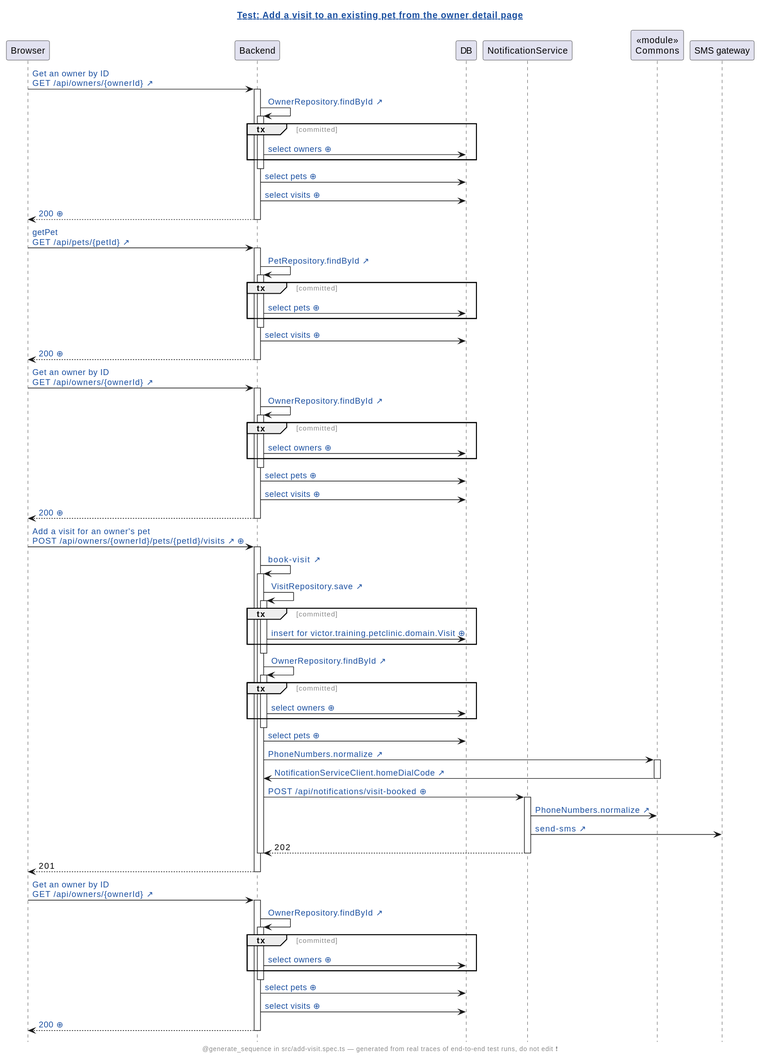
The PlantUML diagram demo/demo2/assets/diagrams/petclinic-test_generated_add-visit.spec.ts.add-a-visit-to-an-existing-pet-from-the-owner-detail-page.genseq.new.svg in victorrentea/human-review, before a commit.
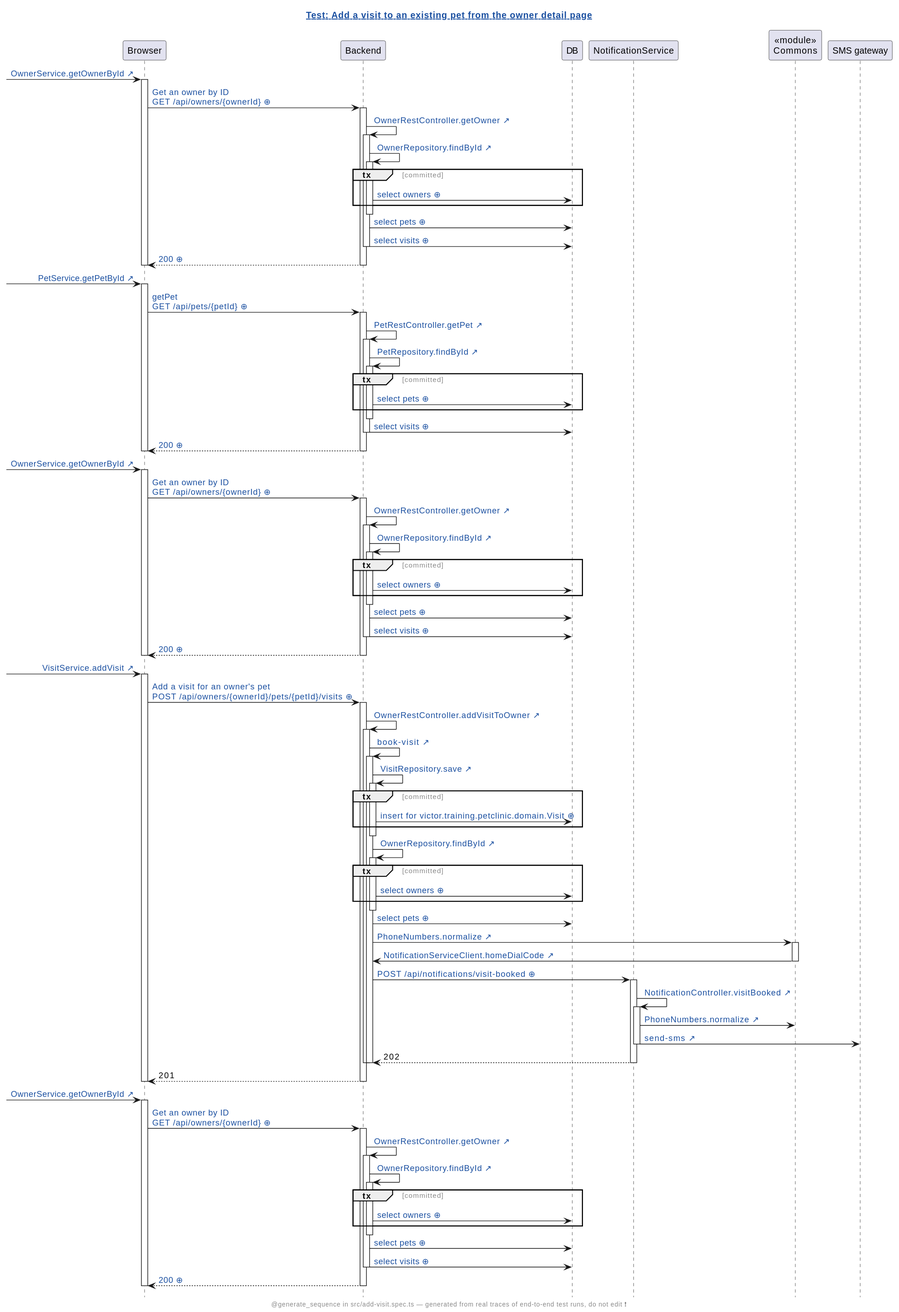
After the commit.

Change to the diagram source:
```diff
@@ -12,7 +12,11 @@
 participant NotificationService
 participant "«module»\nCommons" as Commons
 participant "SMS gateway"
-Browser -> Backend: [[src://petclinic-frontend/src/app/owners/owner-detail/owner-detail.component.ts:22{Click to open the line that sent this request: owner-detail.component.ts:22} Get an owner by ID\nGET /api/owners/{ownerId} ↗]]
+[-> Browser: [[src://petclinic-frontend/src/app/owners/owner-detail/owner-detail.component.ts:22{Click to open the line that sent this request: owner-detail.component.ts:22} OwnerService.getOwnerById ↗]]
+activate Browser
+Browser -> Backend: [[genseq://06lchgi{Click for the request as it was sent} Get an owner by ID\nGET /api/owners/{ownerId} ⊕]]
+activate Backend
+Backend -> Backend: [[src://petclinic-backend/src/main/java/victor/training/petclinic/rest/OwnerRestController.java:103{Click to open OwnerRestController.getOwner} OwnerRestController.getOwner ↗]]
 activate Backend
 Backend -> Backend: [[src://petclinic-backend/src/main/java/victor/training/petclinic/repository/OwnerRepository.java:14{Click to open OwnerRepository.findById} OwnerRepository.findById ↗]]
 activate Backend
@@ -22,9 +26,15 @@
 deactivate Backend
 Backend -> DB: [[genseq://18567ho{Click for the statement behind this call} select pets ⊕]]
 Backend -> DB: [[genseq://13apewa{Click for the statement behind this call} select visits ⊕]]
+deactivate Backend
 Backend --> Browser: [[genseq://0zavcxa{Click for this call’s JSON body} 200 ⊕]]
 deactivate Backend
-Browser -> Backend: [[src://petclinic-frontend/src/app/visits/visit-add/visit-add.component.ts:42{Click to open the line that sent this request: visit-add.component.ts:42} getPet\nGET /api/pets/{petId} ↗]]
+deactivate Browser
+[-> Browser: [[src://petclinic-frontend/src/app/visits/visit-add/visit-add.component.ts:42{Click to open the line that sent this request: visit-add.component.ts:42} PetService.getPetById ↗]]
+activate Browser
+Browser -> Backend: [[genseq://17x7zoe{Click for the request as it was sent} getPet\nGET /api/pets/{petId} ⊕]]
+activate Backend
+Backend -> Backend: [[src://petclinic-backend/src/main/java/victor/training/petclinic/rest/PetRestController.java:33{Click to open PetRestController.getPet} PetRestController.getPet ↗]]
 activate Backend
 Backend -> Backend: [[src://petclinic-backend/src/main/java/victor/training/petclinic/repository/PetRepository.java:16{Click to open PetRepository.findById} PetRepository.findById ↗]]
 activate Backend
@@ -33,9 +43,15 @@
 end
 deactivate Backend
 Backend -> DB: [[genseq://13apewa{Click for the statement behind this call} select visits ⊕]]
+deactivate Backend
 Backend --> Browser: [[genseq://01mmlgx{Click for this call’s JSON body} 200 ⊕]]
 deactivate Backend
-Browser -> Backend: [[src://petclinic-frontend/src/app/visits/visit-add/visit-add.component.ts:47{Click to open the line that sent this request: visit-add.component.ts:47} Get an owner by ID\nGET /api/owners/{ownerId} ↗]]
+deactivate Browser
+[-> Browser: [[src://petclinic-frontend/src/app/visits/visit-add/visit-add.component.ts:47{Click to open the line that sent this request: visit-add.component.ts:47} OwnerService.getOwnerById ↗]]
+activate Browser
+Browser -> Backend: [[genseq://06lchgi{Click for the request as it was sent} Get an owner by ID\nGET /api/owners/{ownerId} ⊕]]
+activate Backend
+Backend -> Backend: [[src://petclinic-backend/src/main/java/victor/training/petclinic/rest/OwnerRestController.java:103{Click to open OwnerRestController.getOwner} OwnerRestController.getOwner ↗]]
 activate Backend
 Backend -> Backend: [[src://petclinic-backend/src/main/java/victor/training/petclinic/repository/OwnerRepository.java:14{Click to open OwnerRepository.findById} OwnerRepository.findById ↗]]
 activate Backend
@@ -45,16 +61,22 @@
 deactivate Backend
 Backend -> DB: [[genseq://18567ho{Click for the statement behind this call} select pets ⊕]]
 Backend -> DB: [[genseq://13apewa{Click for the statement behind this call} select visits ⊕]]
+deactivate Backend
 Backend --> Browser: [[genseq://0zavcxa{Click for this call’s JSON body} 200 ⊕]]
 deactivate Backend
-Browser -> Backend: [[src://petclinic-frontend/src/app/visits/visit-add/visit-add.component.ts:63{Click to open the line that sent this request: visit-add.component.ts:63 ← visit-add.component.html:25} Add a visit for an owner's pet\nPOST /api/owners/{ownerId}/pets/{petId}/visits ↗]] [[genseq://1u4xniz{Click for this call’s JSON body} ⊕]]
+deactivate Browser
+[-> Browser: [[src://petclinic-frontend/src/app/visits/visit-add/visit-add.component.ts:63{Click to open the line that sent this request: visit-add.component.ts:63 ← visit-add.component.html:25} VisitService.addVisit ↗]]
+activate Browser
+Browser -> Backend: [[genseq://0prgu3t{Click for the request as it was sent} Add a visit for an owner's pet\nPOST /api/owners/{ownerId}/pets/{petId}/visits ⊕]]
+activate Backend
+Backend -> Backend: [[src://petclinic-backend/src/main/java/victor/training/petclinic/rest/OwnerRestController.java:167{Click to open OwnerRestController.addVisitToOwner} OwnerRestController.addVisitToOwner ↗]]
 activate Backend
 Backend -> Backend: [[src://petclinic-backend/src/main/java/victor/training/petclinic/rest/OwnerRestController.java:183{Click to open OwnerRestController.bookVisit} book-visit ↗]]
 activate Backend
 Backend -> Backend: [[src://petclinic-backend/src/main/java/victor/training/petclinic/repository/VisitRepository.java:16{Click to open VisitRepository.save} VisitRepository.save ↗]]
 activate Backend
 group tx [committed]
-Backend -> DB: [[genseq://1f0vehk{Click for the statement behind this call} insert for victor.training.petclinic.domain.Visit ⊕]]
+Backend -> DB: [[genseq://0jsen8c{Click for the statement behind this call} insert for victor.training.petclinic.domain.Visit ⊕]]
 end
 deactivate Backend
 Backend -> Backend: [[src://petclinic-backend/src/main/java/victor/training/petclinic/repository/OwnerRepository.java:14{Click to open OwnerRepository.findById} OwnerRepository.findById ↗]]
@@ -68,16 +90,25 @@
 activate Commons
 Commons -> Backend: [[src://petclinic-backend/src/main/java/victor/training/petclinic/notification/NotificationServiceClient.java:45{Click to open NotificationServiceClient.homeDialCode} NotificationServiceClient.homeDialCode ↗]]
 deactivate Commons
-Backend -> NotificationService: [[genseq://1p4ogm5{Click for this call’s JSON body} POST /api/notifications/visit-booked ⊕]]
+Backend -> NotificationService: [[genseq://00gfug0{Click for the request as it was sent} POST /api/notifications/visit-booked ⊕]]
+activate NotificationService
+NotificationService -> NotificationService: [[src://notification-service/src/main/java/victor/training/notification/NotificationController.java:22{Click to open NotificationController.visitBooked} NotificationController.visitBooked ↗]]
 activate NotificationService
 NotificationService -> Commons: [[src://petclinic-commons/src/main/java/victor/training/commons/PhoneNumbers.java:8{Click to open PhoneNumbers.normalize} PhoneNumbers.normalize ↗]]
 NotificationService -> "SMS gateway": [[src://notification-service/src/main/java/victor/training/notification/SmsGateway.java:23{Click to open SmsGateway.send} send-sms ↗]]
+deactivate NotificationService
 NotificationService --> Backend: 202
 deactivate NotificationService
 deactivate Backend
+deactivate Backend
 Backend --> Browser: 201
 deactivate Backend
-Browser -> Backend: [[src://petclinic-frontend/src/app/owners/owner-detail/owner-detail.component.ts:22{Click to open the line that sent this request: owner-detail.component.ts:22} Get an owner by ID\nGET /api/owners/{ownerId} ↗]]
+deactivate Browser
+[-> Browser: [[src://petclinic-frontend/src/app/owners/owner-detail/owner-detail.component.ts:22{Click to open the line that sent this request: owner-detail.component.ts:22} OwnerService.getOwnerById ↗]]
+activate Browser
+Browser -> Backend: [[genseq://06lchgi{Click for the request as it was sent} Get an owner by ID\nGET /api/owners/{ownerId} ⊕]]
+activate Backend
+Backend -> Backend: [[src://petclinic-backend/src/main/java/victor/training/petclinic/rest/OwnerRestController.java:103{Click to open OwnerRestController.getOwner} OwnerRestController.getOwner ↗]]
 activate Backend
 Backend -> Backend: [[src://petclinic-backend/src/main/java/victor/training/petclinic/repository/OwnerRepository.java:14{Click to open OwnerRepository.findById} OwnerRepository.findById ↗]]
 activate Backend
@@ -87,6 +118,8 @@
 deactivate Backend
 Backend -> DB: [[genseq://18567ho{Click for the statement behind this call} select pets ⊕]]
 Backend -> DB: [[genseq://13apewa{Click for the statement behind this call} select visits ⊕]]
-Backend --> Browser: [[genseq://0hu2cif{Click for this call’s JSON body} 200 ⊕]]
 deactivate Backend
+Backend --> Browser: [[genseq://1h1k23v{Click for this call’s JSON body} 200 ⊕]]
+deactivate Backend
+deactivate Browser
 @enduml
```
